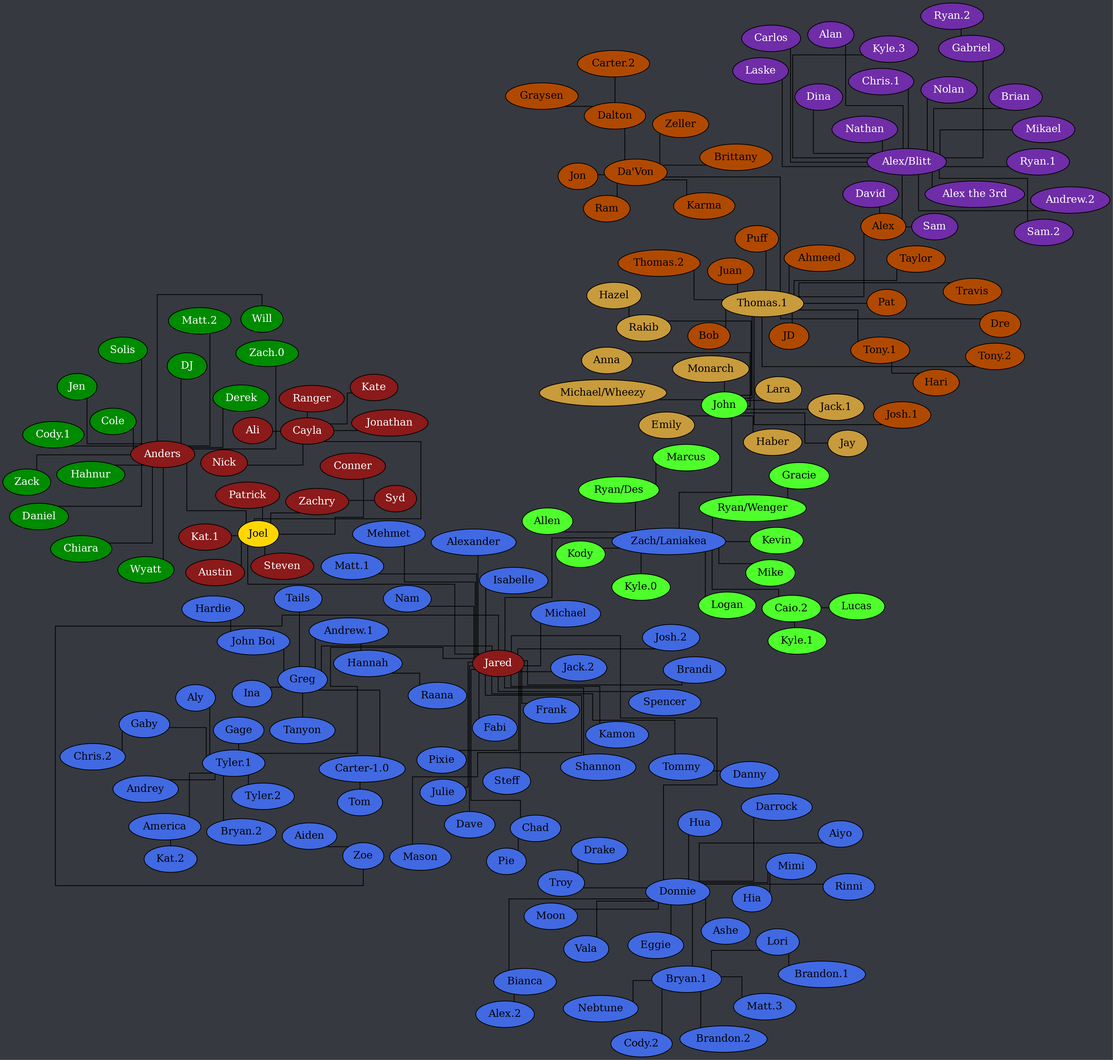
Before: tree.png, a diagram exported from Graphviz (Documidas/CoronaCatzFamilyTree). Its source is kept beside it as tree.dot.
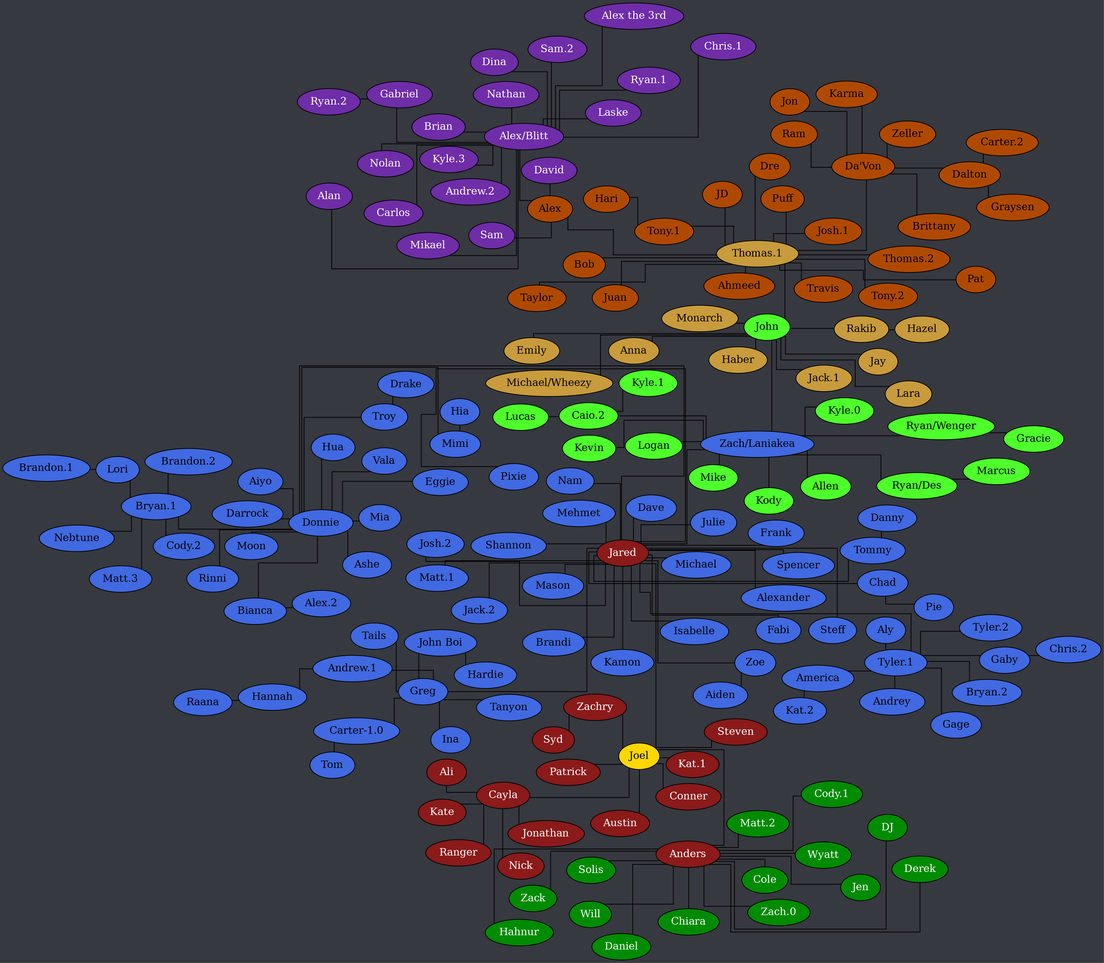
The same diagram one commit later.

What changed in the source:
```diff
@@ -71,6 +71,7 @@
 		Donnie -- Darrock;
 		Donnie -- Eggie;
 		Donnie -- Hua;
+		Donnie -- Mia;
 		Donnie -- Mimi;
 		Donnie -- Moon;
 		Donnie -- Rinni;
```
